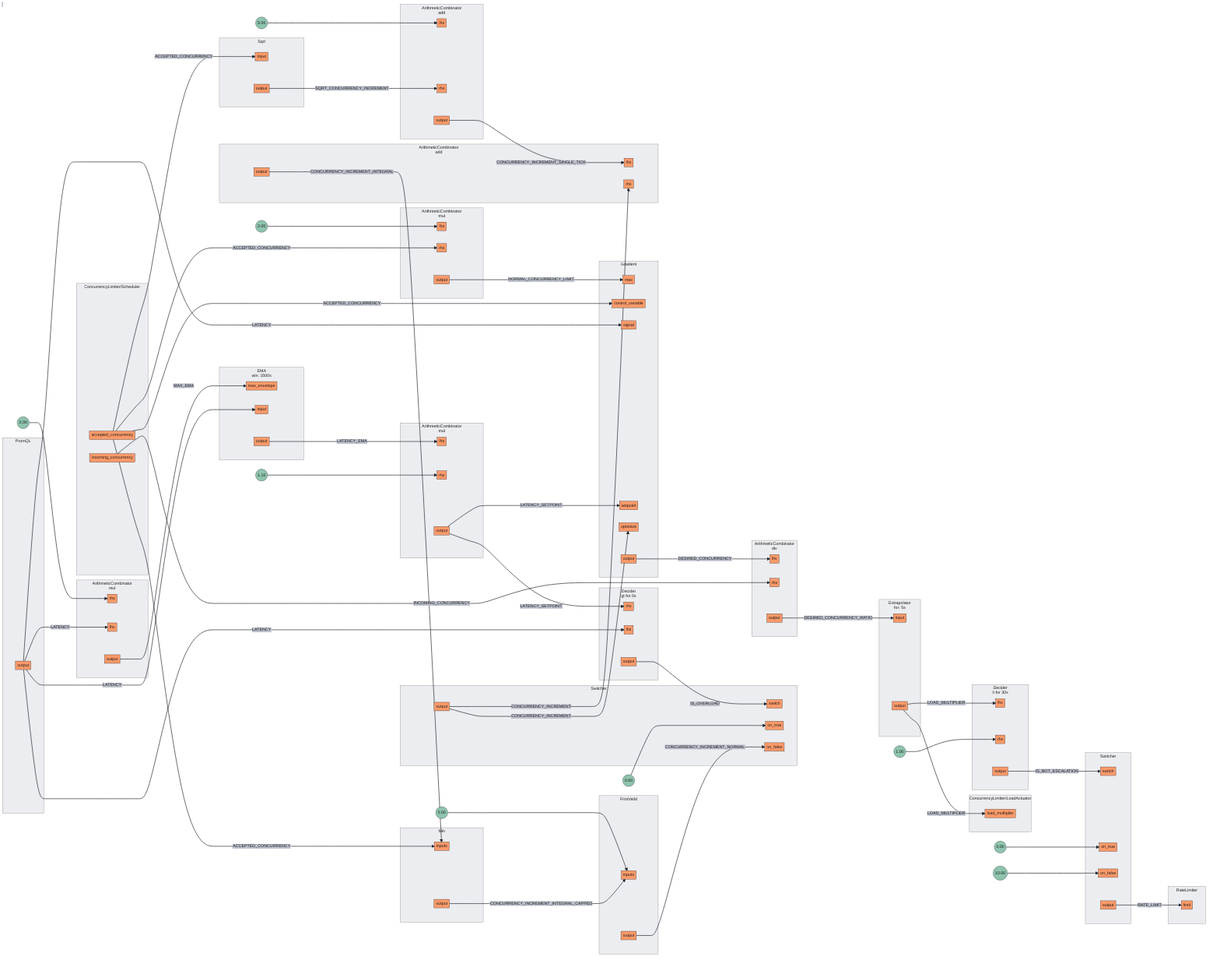
Before: docs/content/tutorials/flow-control/assets/dynamic-rate-limiting/dynamic-rate-limiting.mmd.png, a diagram exported from Mermaid (fluxninja/aperture). Its source is kept beside it as docs/content/tutorials/flow-control/assets/dynamic-rate-limiting/dynamic-rate-limiting.mmd.
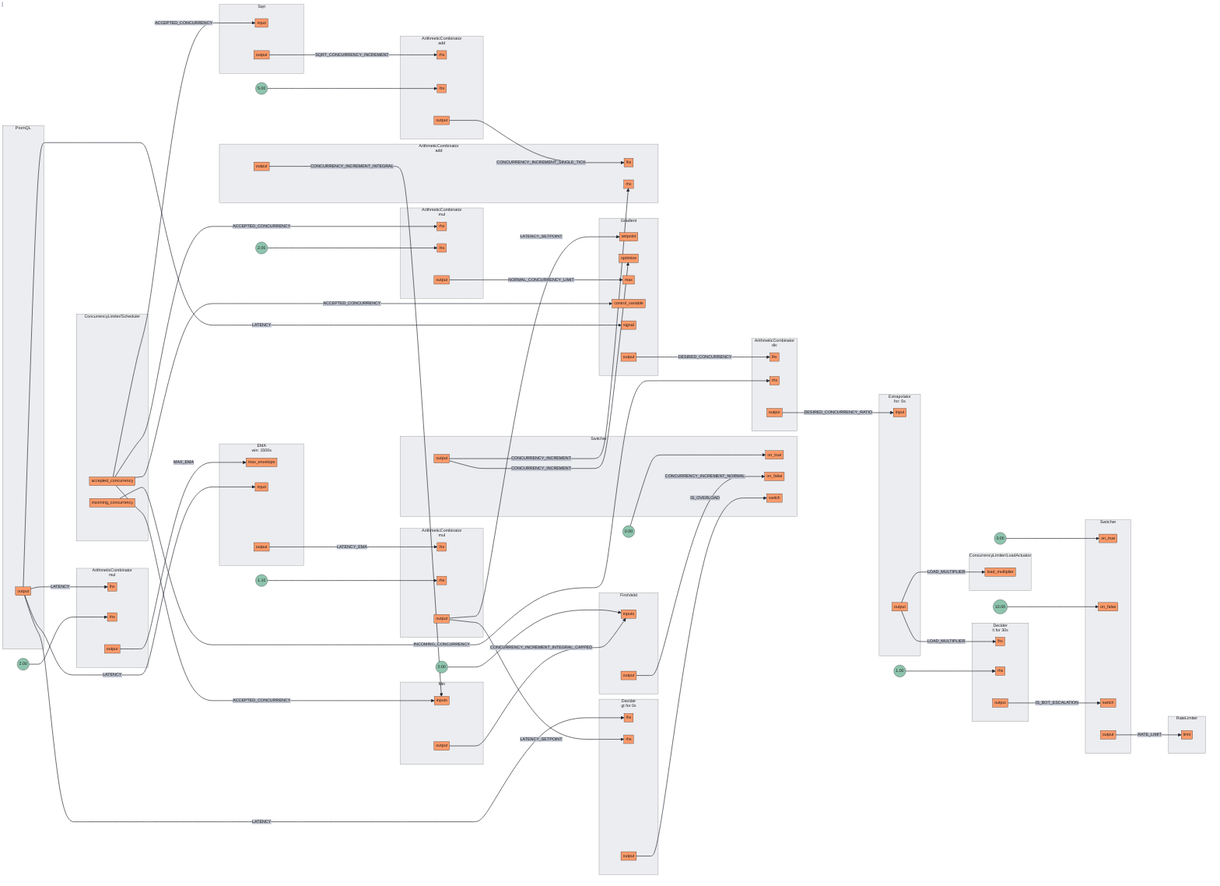
After the commit.

The edit, as a diff of the source:
```diff
@@ -2,8 +2,8 @@
 subgraph 0[<center>ArithmeticCombinator<br/>mul</center>]
 subgraph 0_inports[ ]
 style 0_inports fill:none,stroke:none
+0lhs[lhs]
 0rhs[rhs]
-0lhs[lhs]
 end
 subgraph 0_outports[ ]
 style 0_outports fill:none,stroke:none
@@ -39,8 +39,8 @@
 subgraph 3[<center>ArithmeticCombinator<br/>mul</center>]
 subgraph 3_inports[ ]
 style 3_inports fill:none,stroke:none
+3rhs[rhs]
 3lhs[lhs]
-3rhs[rhs]
 end
 subgraph 3_outports[ ]
 style 3_outports fill:none,stroke:none
@@ -52,8 +52,8 @@
 subgraph 4[<center>ArithmeticCombinator<br/>add</center>]
 subgraph 4_inports[ ]
 style 4_inports fill:none,stroke:none
+4rhs[rhs]
 4lhs[lhs]
-4rhs[rhs]
 end
 subgraph 4_outports[ ]
 style 4_outports fill:none,stroke:none
@@ -127,11 +127,11 @@
 subgraph 11[Gradient]
 subgraph 11_inports[ ]
 style 11_inports fill:none,stroke:none
+11setpoint[setpoint]
+11optimize[optimize]
 11max[max]
 11control_variable[control_variable]
 11signal[signal]
-11setpoint[setpoint]
-11optimize[optimize]
 end
 subgraph 11_outports[ ]
 style 11_outports fill:none,stroke:none
@@ -151,8 +151,8 @@
 subgraph 13.Scheduler[ConcurrencyLimiter/Scheduler]
 subgraph 13.Scheduler_outports[ ]
 style 13.Scheduler_outports fill:none,stroke:none
+13.Schedulerincoming_concurrency[incoming_concurrency]
 13.Scheduleraccepted_concurrency[accepted_concurrency]
-13.Schedulerincoming_concurrency[incoming_concurrency]
 end
 end
 subgraph 13.LoadActuator[ConcurrencyLimiter/LoadActuator]
@@ -170,9 +170,9 @@
 subgraph 17[Switcher]
 subgraph 17_inports[ ]
 style 17_inports fill:none,stroke:none
-17switch[switch]
 17on_true[on_true]
 17on_false[on_false]
+17switch[switch]
 end
 subgraph 17_outports[ ]
 style 17_outports fill:none,stroke:none
@@ -186,8 +186,8 @@
 subgraph 14[<center>Decider<br/>gt for 0s</center>]
 subgraph 14_inports[ ]
 style 14_inports fill:none,stroke:none
+14lhs[lhs]
 14rhs[rhs]
-14lhs[lhs]
 end
 subgraph 14_outports[ ]
 style 14_outports fill:none,stroke:none
@@ -197,9 +197,9 @@
 subgraph 15[Switcher]
 subgraph 15_inports[ ]
 style 15_inports fill:none,stroke:none
-15switch[switch]
 15on_true[on_true]
 15on_false[on_false]
+15switch[switch]
 end
 subgraph 15_outports[ ]
 style 15_outports fill:none,stroke:none
@@ -221,31 +221,31 @@
 end
 FakeConstant8((1.00))
 FakeConstant8 --> 16rhs
-2output --> |DESIRED_CONCURRENCY_RATIO| 12input
-4output --> |CONCURRENCY_INCREMENT_SINGLE_TICK| 5lhs
-7output --> |CONCURRENCY_INCREMENT_NORMAL| 15on_false
-11output --> |DESIRED_CONCURRENCY| 2lhs
-15output --> |CONCURRENCY_INCREMENT| 5rhs
-15output --> |CONCURRENCY_INCREMENT| 11optimize
-16output --> |IS_BOT_ESCALATION| 17switch
-1output --> |LATENCY_SETPOINT| 11setpoint
-1output --> |LATENCY_SETPOINT| 14rhs
 5output --> |CONCURRENCY_INCREMENT_INTEGRAL| 6inputs
-6output --> |CONCURRENCY_INCREMENT_INTEGRAL_CAPPED| 7inputs
+13.Scheduleraccepted_concurrency --> |ACCEPTED_CONCURRENCY| 3rhs
+13.Scheduleraccepted_concurrency --> |ACCEPTED_CONCURRENCY| 6inputs
+13.Scheduleraccepted_concurrency --> |ACCEPTED_CONCURRENCY| 8input
+13.Scheduleraccepted_concurrency --> |ACCEPTED_CONCURRENCY| 11control_variable
+3output --> |NORMAL_CONCURRENCY_LIMIT| 11max
+8output --> |SQRT_CONCURRENCY_INCREMENT| 4rhs
 9output --> |LATENCY| 0lhs
 9output --> |LATENCY| 10input
 9output --> |LATENCY| 11signal
 9output --> |LATENCY| 14lhs
+15output --> |CONCURRENCY_INCREMENT| 5rhs
+15output --> |CONCURRENCY_INCREMENT| 11optimize
+17output --> |RATE_LIMIT| 18limit
+16output --> |IS_BOT_ESCALATION| 17switch
+1output --> |LATENCY_SETPOINT| 11setpoint
+1output --> |LATENCY_SETPOINT| 14rhs
+7output --> |CONCURRENCY_INCREMENT_NORMAL| 15on_false
+11output --> |DESIRED_CONCURRENCY| 2lhs
 12output --> |LOAD_MULTIPLIER| 13.LoadActuatorload_multiplier
 12output --> |LOAD_MULTIPLIER| 16lhs
-13.Scheduleraccepted_concurrency --> |ACCEPTED_CONCURRENCY| 3rhs
-13.Scheduleraccepted_concurrency --> |ACCEPTED_CONCURRENCY| 6inputs
-13.Scheduleraccepted_concurrency --> |ACCEPTED_CONCURRENCY| 8input
-13.Scheduleraccepted_concurrency --> |ACCEPTED_CONCURRENCY| 11control_variable
-0output --> |MAX_EMA| 10max_envelope
-8output --> |SQRT_CONCURRENCY_INCREMENT| 4rhs
-3output --> |NORMAL_CONCURRENCY_LIMIT| 11max
 13.Schedulerincoming_concurrency --> |INCOMING_CONCURRENCY| 2rhs
 14output --> |IS_OVERLOAD| 15switch
-17output --> |RATE_LIMIT| 18limit
+0output --> |MAX_EMA| 10max_envelope
+2output --> |DESIRED_CONCURRENCY_RATIO| 12input
+4output --> |CONCURRENCY_INCREMENT_SINGLE_TICK| 5lhs
+6output --> |CONCURRENCY_INCREMENT_INTEGRAL_CAPPED| 7inputs
 10output --> |LATENCY_EMA| 1lhs
```
